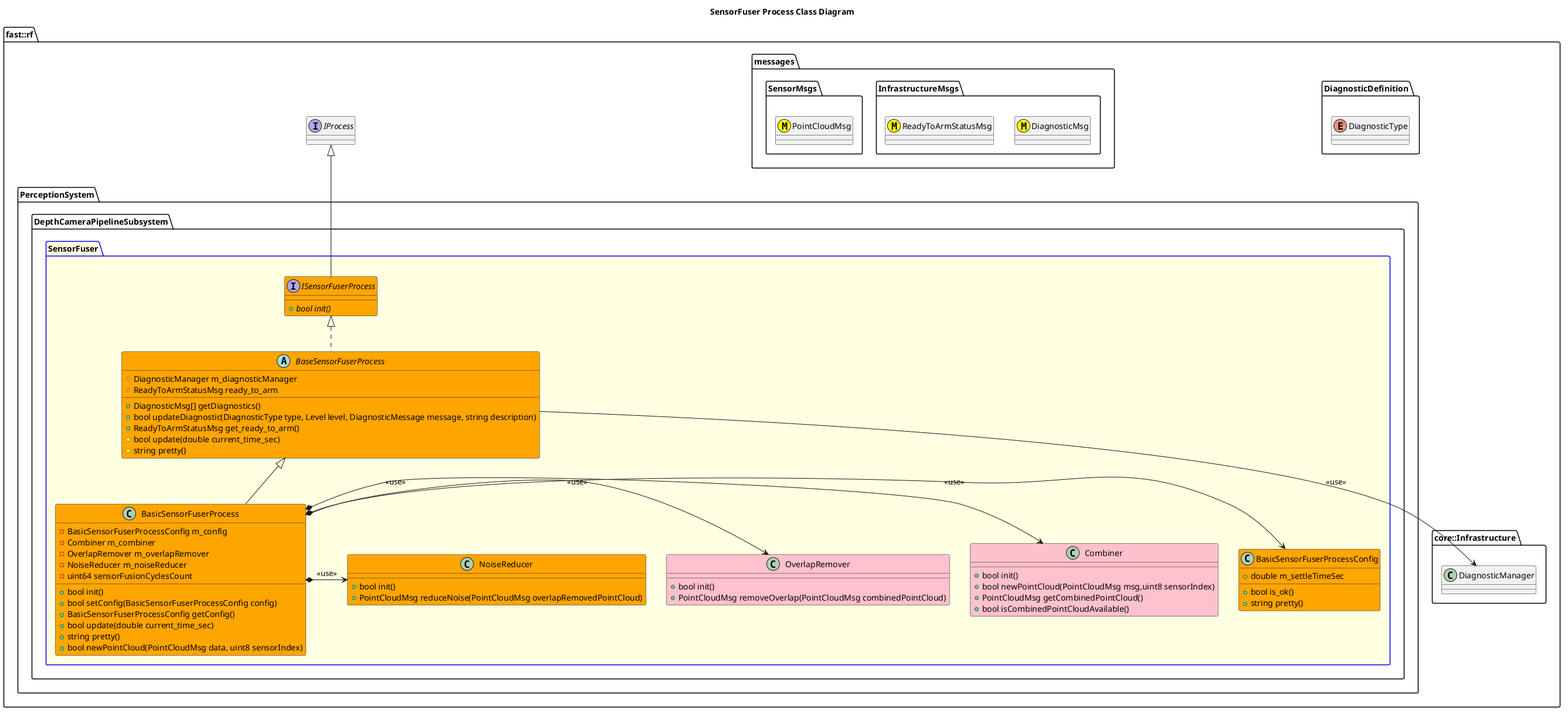
Earlier version of the PlantUML export Systems/Perception/Subsystems/DepthCameraPipeline/Processes/SensorFuser/doc/puml/SensorFuserProcessClassDiagram.png (fastrobotics/robot_framework).
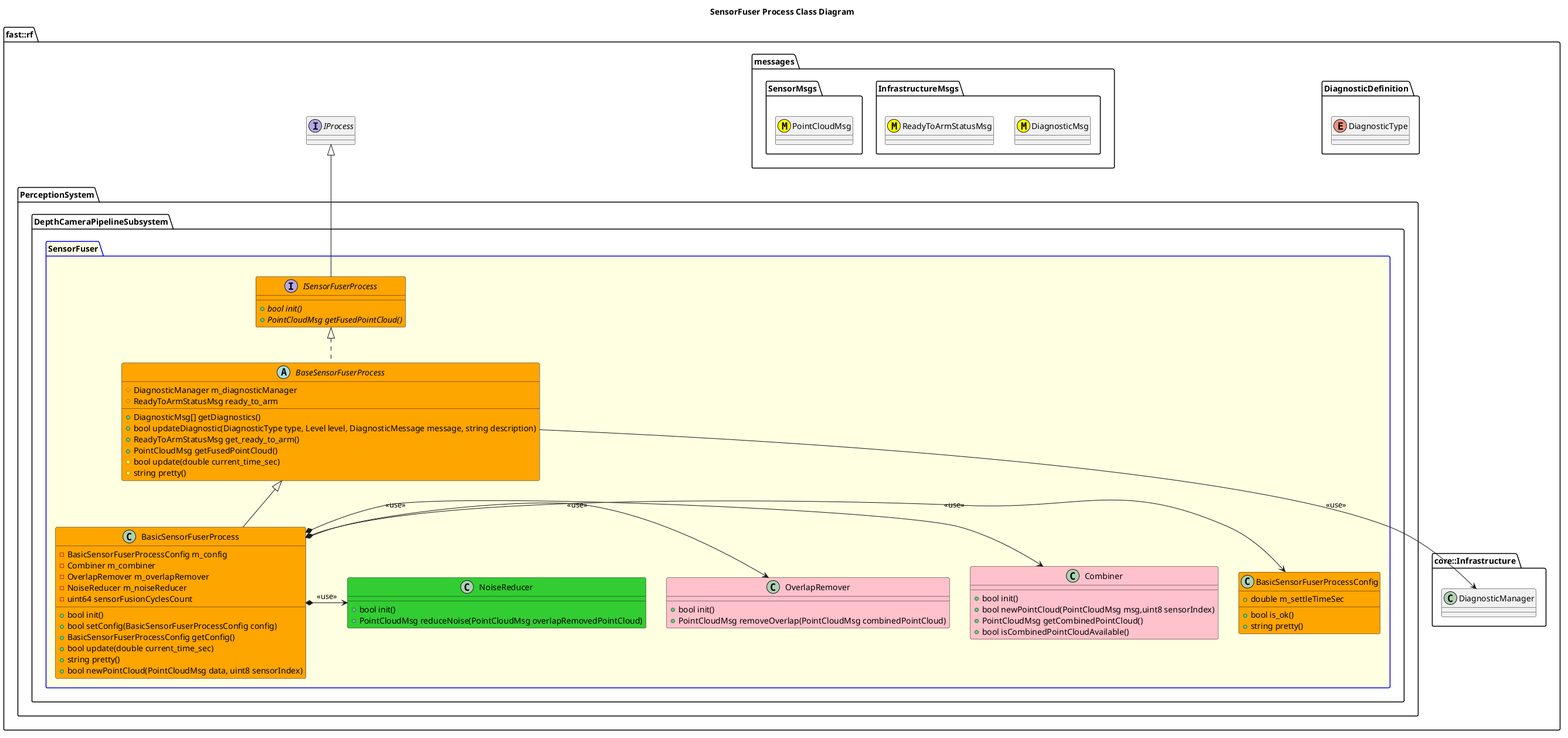
The same file after the commit.

Diff of the diagram source:
```diff
@@ -31,18 +31,20 @@
                     +bool init()
                     +PointCloudMsg removeOverlap(PointCloudMsg combinedPointCloud)
                 }
-                class NoiseReducer #Orange {
+                class NoiseReducer #LimeGreen {
                     +bool init()
                     +PointCloudMsg reduceNoise(PointCloudMsg overlapRemovedPointCloud)
                 }
                 interface ISensorFuserProcess #Orange  {
                     +{abstract} bool init()
+                    +{abstract} PointCloudMsg getFusedPointCloud()
                 }
                 ISensorFuserProcess -up-|> IProcess
                 abstract BaseSensorFuserProcess #Orange {
                     +DiagnosticMsg[] getDiagnostics()
                     +bool updateDiagnostic(DiagnosticType type, Level level, DiagnosticMessage message, string description)
                     +ReadyToArmStatusMsg get_ready_to_arm()
+                    +PointCloudMsg getFusedPointCloud()
                     #bool update(double current_time_sec)
                     #string pretty()
                     #DiagnosticManager m_diagnosticManager
```
